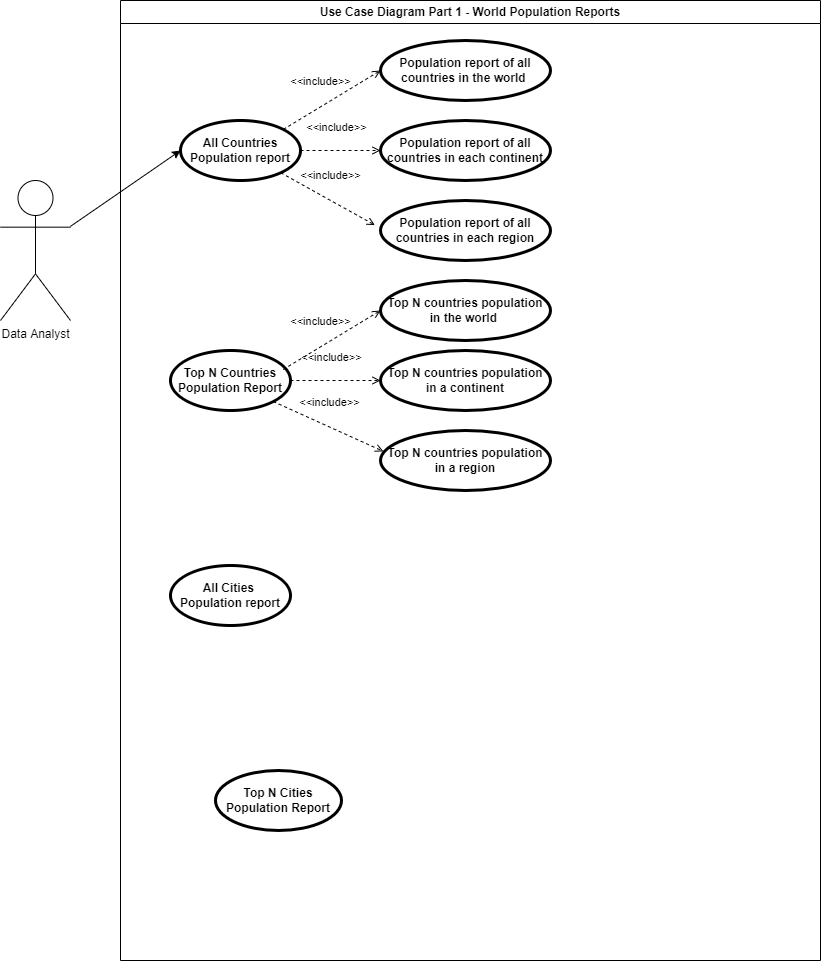
kaungmyat128/devops_coursework keeps this draw.io diagram as Use_Case_Diagram_Part1.png. Above is the earlier version. Source tidied: cells renumbered, new cells last; positions are measured from the earlier drawing's top-left corner, leaving out a move shared by most shapes.
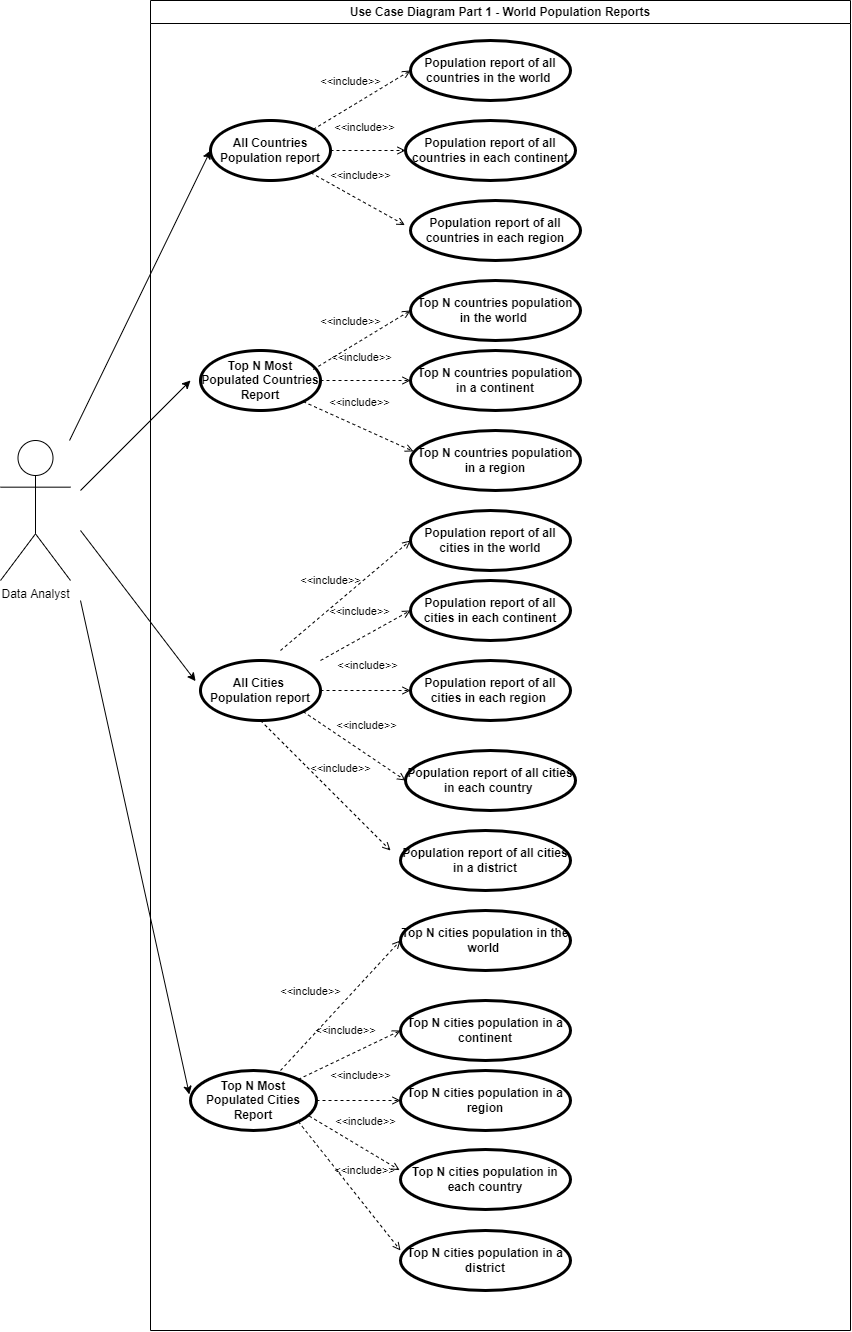
Later version of the same file.

Commit message:
Added Use case diagram  updated

Diff of the diagram source:
```diff
@@ -3,25 +3,25 @@
     <mxCell id="0" />
     <mxCell id="1" parent="0" />
     <mxCell id="2" value="Use Case Diagram Part 1 - World Population Reports" style="swimlane;whiteSpace=wrap;html=1;" parent="1" vertex="1">
-      <mxGeometry x="120" width="700" height="960" as="geometry" />
+      <mxGeometry x="120" width="700" height="1330" as="geometry" />
     </mxCell>
     <mxCell id="3" value="All Countries Population report" style="shape=ellipse;html=1;strokeWidth=3;fontStyle=1;whiteSpace=wrap;align=center;perimeter=ellipsePerimeter;" parent="2" vertex="1">
       <mxGeometry x="60" y="120" width="120" height="60" as="geometry" />
     </mxCell>
-    <mxCell id="4" value="&lt;b&gt;Top N Countries Population Report&lt;/b&gt;" style="shape=ellipse;html=1;strokeWidth=3;fontStyle=1;whiteSpace=wrap;align=center;perimeter=ellipsePerimeter;" parent="2" vertex="1">
+    <mxCell id="4" value="&lt;b&gt;Top N Most Populated Countries Report&lt;/b&gt;" style="shape=ellipse;html=1;strokeWidth=3;fontStyle=1;whiteSpace=wrap;align=center;perimeter=ellipsePerimeter;" parent="2" vertex="1">
       <mxGeometry x="50" y="350" width="120" height="60" as="geometry" />
     </mxCell>
-    <mxCell id="5" value="&lt;b&gt;Top N Cities Population Report&lt;/b&gt;" style="shape=ellipse;html=1;strokeWidth=3;fontStyle=1;whiteSpace=wrap;align=center;perimeter=ellipsePerimeter;" parent="2" vertex="1">
-      <mxGeometry x="95" y="770" width="126" height="60" as="geometry" />
+    <mxCell id="5" value="&lt;b&gt;Top N Most Populated Cities Report&lt;/b&gt;" style="shape=ellipse;html=1;strokeWidth=3;fontStyle=1;whiteSpace=wrap;align=center;perimeter=ellipsePerimeter;" parent="2" vertex="1">
+      <mxGeometry x="40" y="1070" width="126" height="60" as="geometry" />
     </mxCell>
     <mxCell id="6" value="All Cities &lt;br&gt;Population report" style="shape=ellipse;html=1;strokeWidth=3;fontStyle=1;whiteSpace=wrap;align=center;perimeter=ellipsePerimeter;" parent="2" vertex="1">
-      <mxGeometry x="50" y="565" width="120" height="60" as="geometry" />
+      <mxGeometry x="50" y="660" width="120" height="60" as="geometry" />
     </mxCell>
     <mxCell id="7" value="Population report of all countries in the world&amp;nbsp;" style="shape=ellipse;html=1;strokeWidth=3;fontStyle=1;whiteSpace=wrap;align=center;perimeter=ellipsePerimeter;" parent="2" vertex="1">
-      <mxGeometry x="260" y="40" width="170" height="60" as="geometry" />
+      <mxGeometry x="260" y="40" width="160" height="60" as="geometry" />
     </mxCell>
     <mxCell id="8" value="Population report of all countries in each continent" style="shape=ellipse;html=1;strokeWidth=3;fontStyle=1;whiteSpace=wrap;align=center;perimeter=ellipsePerimeter;" parent="2" vertex="1">
-      <mxGeometry x="260" y="120" width="170" height="60" as="geometry" />
+      <mxGeometry x="255" y="120" width="170" height="60" as="geometry" />
     </mxCell>
     <mxCell id="9" value="Population report of all countries in each region" style="shape=ellipse;html=1;strokeWidth=3;fontStyle=1;whiteSpace=wrap;align=center;perimeter=ellipsePerimeter;" parent="2" vertex="1">
       <mxGeometry x="260" y="200" width="170" height="60" as="geometry" />
@@ -52,8 +52,56 @@
     <mxCell id="16" value="&amp;lt;&amp;lt;include&amp;gt;&amp;gt;" style="edgeStyle=none;html=1;endArrow=open;verticalAlign=bottom;dashed=1;labelBackgroundColor=none;rounded=0;exitX=1;exitY=1;exitDx=0;exitDy=0;entryX=0.017;entryY=0.348;entryDx=0;entryDy=0;entryPerimeter=0;" parent="2" edge="1" source="4" target="12">
       <mxGeometry x="-0.08" y="14" relative="1" as="geometry" />
     </mxCell>
+    <mxCell id="21" value="Population report of all cities in the world" style="shape=ellipse;html=1;strokeWidth=3;fontStyle=1;whiteSpace=wrap;align=center;perimeter=ellipsePerimeter;" parent="2" vertex="1">
+      <mxGeometry x="260" y="510" width="160" height="60" as="geometry" />
+    </mxCell>
+    <mxCell id="22" value="Population report of all cities in each continent" style="shape=ellipse;html=1;strokeWidth=3;fontStyle=1;whiteSpace=wrap;align=center;perimeter=ellipsePerimeter;" parent="2" vertex="1">
+      <mxGeometry x="260" y="580" width="160" height="60" as="geometry" />
+    </mxCell>
+    <mxCell id="23" value="Population report of all cities in each region&amp;nbsp;" style="shape=ellipse;html=1;strokeWidth=3;fontStyle=1;whiteSpace=wrap;align=center;perimeter=ellipsePerimeter;" parent="2" vertex="1">
+      <mxGeometry x="260" y="660" width="160" height="60" as="geometry" />
+    </mxCell>
+    <mxCell id="24" value="Population report of all cities in each country&amp;nbsp;" style="shape=ellipse;html=1;strokeWidth=3;fontStyle=1;whiteSpace=wrap;align=center;perimeter=ellipsePerimeter;" parent="2" vertex="1">
+      <mxGeometry x="255" y="750" width="170" height="60" as="geometry" />
+    </mxCell>
+    <mxCell id="25" value="Population report of all cities in a district" style="shape=ellipse;html=1;strokeWidth=3;fontStyle=1;whiteSpace=wrap;align=center;perimeter=ellipsePerimeter;" parent="2" vertex="1">
+      <mxGeometry x="250" y="830" width="170" height="60" as="geometry" />
+    </mxCell>
+    <mxCell id="26" value="&amp;lt;&amp;lt;include&amp;gt;&amp;gt;" style="edgeStyle=none;html=1;endArrow=open;verticalAlign=bottom;dashed=1;labelBackgroundColor=none;rounded=0;entryX=0;entryY=0.5;entryDx=0;entryDy=0;exitX=1;exitY=0.5;exitDx=0;exitDy=0;" parent="2" edge="1" source="6" target="23">
+      <mxGeometry x="0.06" y="16" relative="1" as="geometry" />
+    </mxCell>
+    <mxCell id="27" value="&amp;lt;&amp;lt;include&amp;gt;&amp;gt;" style="edgeStyle=none;html=1;endArrow=open;verticalAlign=bottom;dashed=1;labelBackgroundColor=none;rounded=0;entryX=0;entryY=0.5;entryDx=0;entryDy=0;exitX=1;exitY=1;exitDx=0;exitDy=0;" parent="2" edge="1" source="6" target="24">
+      <mxGeometry x="0.06" y="16" relative="1" as="geometry" />
+    </mxCell>
+    <mxCell id="28" value="Top N cities population in the world&amp;nbsp;" style="shape=ellipse;html=1;strokeWidth=3;fontStyle=1;whiteSpace=wrap;align=center;perimeter=ellipsePerimeter;" parent="2" vertex="1">
+      <mxGeometry x="250" y="910" width="170" height="60" as="geometry" />
+    </mxCell>
+    <mxCell id="29" value="Top N cities population in a continent" style="shape=ellipse;html=1;strokeWidth=3;fontStyle=1;whiteSpace=wrap;align=center;perimeter=ellipsePerimeter;" parent="2" vertex="1">
+      <mxGeometry x="250" y="1000" width="170" height="60" as="geometry" />
+    </mxCell>
+    <mxCell id="30" value="Top N cities population in a region" style="shape=ellipse;html=1;strokeWidth=3;fontStyle=1;whiteSpace=wrap;align=center;perimeter=ellipsePerimeter;" parent="2" vertex="1">
+      <mxGeometry x="250" y="1070" width="170" height="60" as="geometry" />
+    </mxCell>
+    <mxCell id="31" value="Top N cities population in each country" style="shape=ellipse;html=1;strokeWidth=3;fontStyle=1;whiteSpace=wrap;align=center;perimeter=ellipsePerimeter;" parent="2" vertex="1">
+      <mxGeometry x="250" y="1149" width="170" height="60" as="geometry" />
+    </mxCell>
+    <mxCell id="32" value="Top N cities population in a district" style="shape=ellipse;html=1;strokeWidth=3;fontStyle=1;whiteSpace=wrap;align=center;perimeter=ellipsePerimeter;" parent="2" vertex="1">
+      <mxGeometry x="250" y="1230" width="170" height="60" as="geometry" />
+    </mxCell>
+    <mxCell id="33" value="&amp;lt;&amp;lt;include&amp;gt;&amp;gt;" style="edgeStyle=none;html=1;endArrow=open;verticalAlign=bottom;dashed=1;labelBackgroundColor=none;rounded=0;entryX=-0.005;entryY=0.344;entryDx=0;entryDy=0;exitX=0.942;exitY=0.759;exitDx=0;exitDy=0;entryPerimeter=0;exitPerimeter=0;" parent="2" edge="1" source="5" target="31">
+      <mxGeometry x="0.06" y="16" relative="1" as="geometry" />
+    </mxCell>
+    <mxCell id="34" value="&amp;lt;&amp;lt;include&amp;gt;&amp;gt;" style="edgeStyle=none;html=1;endArrow=open;verticalAlign=bottom;dashed=1;labelBackgroundColor=none;rounded=0;entryX=0;entryY=0.5;entryDx=0;entryDy=0;exitX=1;exitY=0;exitDx=0;exitDy=0;" parent="2" edge="1" source="5" target="29">
+      <mxGeometry x="0.06" y="16" relative="1" as="geometry" />
+    </mxCell>
+    <mxCell id="35" value="&amp;lt;&amp;lt;include&amp;gt;&amp;gt;" style="edgeStyle=none;html=1;endArrow=open;verticalAlign=bottom;dashed=1;labelBackgroundColor=none;rounded=0;entryX=0;entryY=0.333;entryDx=0;entryDy=0;entryPerimeter=0;exitX=1;exitY=1;exitDx=0;exitDy=0;" parent="2" edge="1" source="5" target="32">
+      <mxGeometry x="0.06" y="16" relative="1" as="geometry" />
+    </mxCell>
+    <mxCell id="36" value="&amp;lt;&amp;lt;include&amp;gt;&amp;gt;" style="edgeStyle=none;html=1;endArrow=open;verticalAlign=bottom;dashed=1;labelBackgroundColor=none;rounded=0;entryX=0;entryY=0.5;entryDx=0;entryDy=0;" parent="2" edge="1" source="5" target="30">
+      <mxGeometry x="0.06" y="16" relative="1" as="geometry" />
+    </mxCell>
     <mxCell id="17" value="Data Analyst" style="shape=umlActor;html=1;verticalLabelPosition=bottom;verticalAlign=top;align=center;" parent="1" vertex="1">
-      <mxGeometry y="180" width="70" height="140" as="geometry" />
+      <mxGeometry x="-30" y="440" width="70" height="140" as="geometry" />
     </mxCell>
     <mxCell id="18" style="endArrow=classic;html=1;rounded=0;entryX=0;entryY=0.5;entryDx=0;entryDy=0;" parent="1" edge="1" source="17" target="3">
       <mxGeometry relative="1" as="geometry" />
@@ -68,5 +116,41 @@
         <mxPoint x="300" y="150" as="sourcePoint" />
       </mxGeometry>
     </mxCell>
+    <mxCell id="37" value="&amp;lt;&amp;lt;include&amp;gt;&amp;gt;" style="edgeStyle=none;html=1;endArrow=open;verticalAlign=bottom;dashed=1;labelBackgroundColor=none;rounded=0;entryX=0;entryY=0.5;entryDx=0;entryDy=0;" parent="1" edge="1" target="21">
+      <mxGeometry x="-0.08" y="14" relative="1" as="geometry">
+        <mxPoint x="250" y="650" as="sourcePoint" />
+      </mxGeometry>
+    </mxCell>
+    <mxCell id="38" value="&amp;lt;&amp;lt;include&amp;gt;&amp;gt;" style="edgeStyle=none;html=1;endArrow=open;verticalAlign=bottom;dashed=1;labelBackgroundColor=none;rounded=0;entryX=0;entryY=0.5;entryDx=0;entryDy=0;" parent="1" edge="1" target="22">
+      <mxGeometry x="0.06" y="16" relative="1" as="geometry">
+        <mxPoint x="290" y="660" as="sourcePoint" />
+      </mxGeometry>
+    </mxCell>
+    <mxCell id="39" value="&amp;lt;&amp;lt;include&amp;gt;&amp;gt;" style="edgeStyle=none;html=1;endArrow=open;verticalAlign=bottom;dashed=1;labelBackgroundColor=none;rounded=0;exitX=0.5;exitY=1;exitDx=0;exitDy=0;" parent="1" edge="1" source="6">
+      <mxGeometry x="0.06" y="16" relative="1" as="geometry">
+        <mxPoint x="360" y="850" as="targetPoint" />
+      </mxGeometry>
+    </mxCell>
+    <mxCell id="40" style="endArrow=classic;html=1;rounded=0;" parent="1" edge="1">
+      <mxGeometry relative="1" as="geometry">
+        <mxPoint x="50" y="490" as="sourcePoint" />
+        <mxPoint x="160" y="380" as="targetPoint" />
+      </mxGeometry>
+    </mxCell>
+    <mxCell id="41" style="endArrow=classic;html=1;rounded=0;entryX=-0.009;entryY=0.399;entryDx=0;entryDy=0;entryPerimeter=0;" parent="1" edge="1" target="5">
+      <mxGeometry relative="1" as="geometry">
+        <mxPoint x="50" y="600" as="sourcePoint" />
+      </mxGeometry>
+    </mxCell>
+    <mxCell id="42" style="endArrow=classic;html=1;rounded=0;entryX=-0.041;entryY=0.344;entryDx=0;entryDy=0;entryPerimeter=0;" parent="1" edge="1" target="6">
+      <mxGeometry relative="1" as="geometry">
+        <mxPoint x="50" y="530" as="sourcePoint" />
+      </mxGeometry>
+    </mxCell>
+    <mxCell id="43" value="&amp;lt;&amp;lt;include&amp;gt;&amp;gt;" style="edgeStyle=none;html=1;endArrow=open;verticalAlign=bottom;dashed=1;labelBackgroundColor=none;rounded=0;entryX=0;entryY=0.5;entryDx=0;entryDy=0;" parent="1" edge="1" target="28">
+      <mxGeometry x="-0.19" y="25" relative="1" as="geometry">
+        <mxPoint x="250" y="1070" as="sourcePoint" />
+      </mxGeometry>
+    </mxCell>
   </root>
 </mxGraphModel>
```
